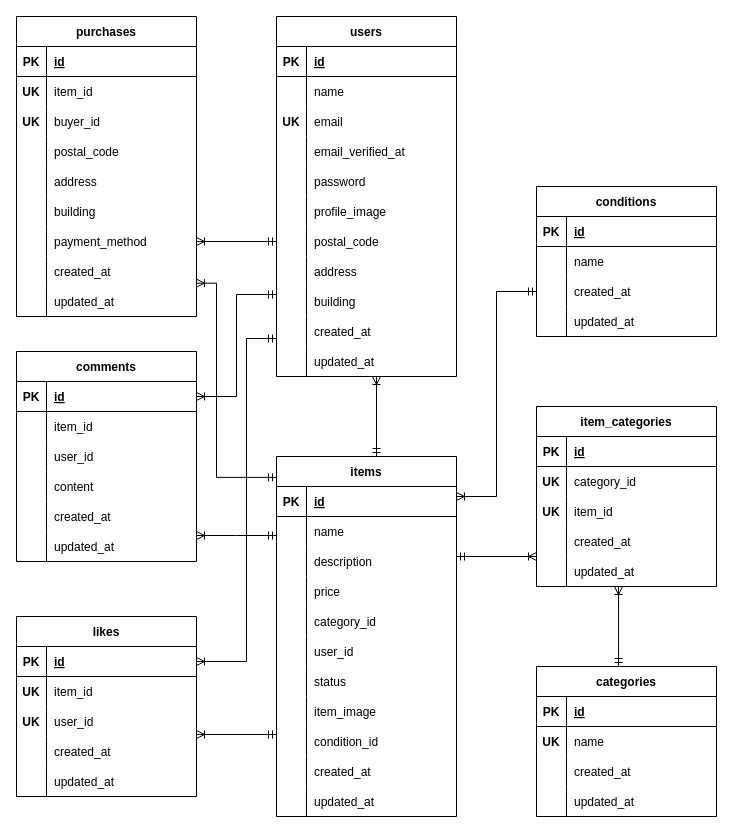
Earlier version of the draw.io diagram diagram.drawio (ichiki925/flea-market-app). Source tidied: cells renumbered, new cells numbered last; positions are measured from the earlier drawing's top-left corner, leaving out a move shared by most shapes. Both pictures are drawn from the tidied source at 100%, with x=0, y=0 at pixel (16, 16).
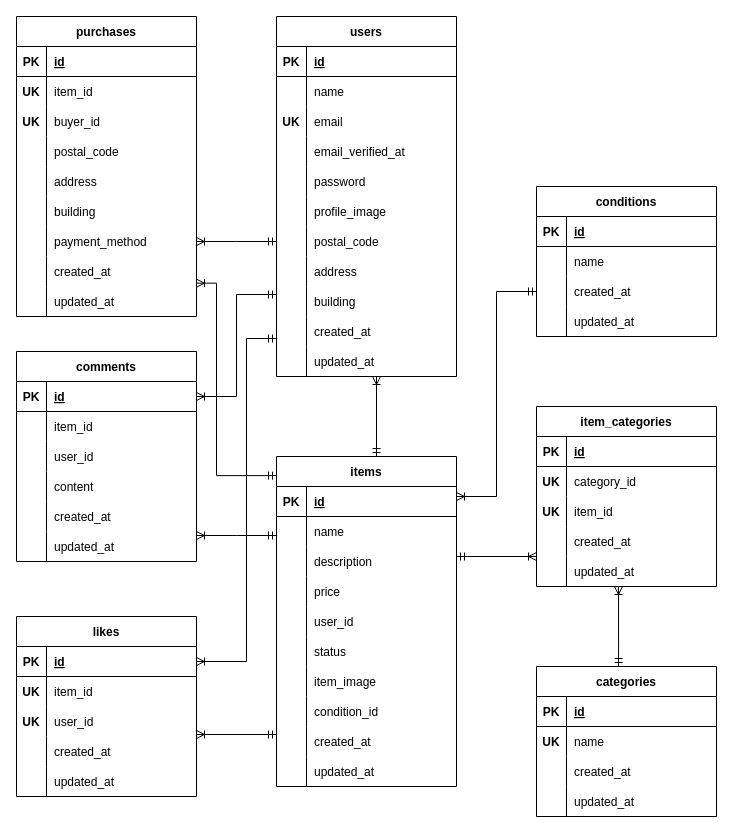
Above is the later version.

Diff of the diagram source:
```diff
@@
     <mxCell id="99" value="items" style="shape=table;startSize=30;childLayout=tableLayout;rowLines=0;fontStyle=1;align=center;" parent="1" vertex="1">
-      <mxGeometry x="260" y="440" width="180" height="360" as="geometry" />
+      <mxGeometry x="260" y="440" width="180" height="330" as="geometry" />
     </mxCell>
@@
-    <mxCell id="112" style="shape=tableRow;horizontal=0;startSize=0;swimlaneHead=0;swimlaneBody=0;fillColor=none;top=0;left=0;right=0;bottom=0;" parent="99" vertex="1">
-      <mxGeometry y="150" width="180" height="30" as="geometry" />
-    </mxCell>
-    <mxCell id="113" style="shape=partialRectangle;fillColor=none;top=0;left=0;bottom=0;right=0;overflow=hidden;" parent="112" vertex="1">
-      <mxGeometry width="30" height="30" as="geometry" />
-    </mxCell>
-    <mxCell id="114" value="category_id" style="shape=partialRectangle;fillColor=none;top=0;left=0;bottom=0;right=0;align=left;spacingLeft=6;overflow=hidden;" parent="112" vertex="1">
-      <mxGeometry x="30" width="150" height="30" as="geometry" />
-    </mxCell>
     <mxCell id="115" style="shape=tableRow;horizontal=0;startSize=0;swimlaneHead=0;swimlaneBody=0;fillColor=none;top=0;left=0;right=0;bottom=0;" parent="99" vertex="1">
-      <mxGeometry y="180" width="180" height="30" as="geometry" />
+      <mxGeometry y="150" width="180" height="30" as="geometry" />
     </mxCell>
@@
     <mxCell id="118" style="shape=tableRow;horizontal=0;startSize=0;swimlaneHead=0;swimlaneBody=0;fillColor=none;top=0;left=0;right=0;bottom=0;" parent="99" vertex="1">
-      <mxGeometry y="210" width="180" height="30" as="geometry" />
+      <mxGeometry y="180" width="180" height="30" as="geometry" />
     </mxCell>
@@
     <mxCell id="121" style="shape=tableRow;horizontal=0;startSize=0;swimlaneHead=0;swimlaneBody=0;fillColor=none;top=0;left=0;right=0;bottom=0;" parent="99" vertex="1">
-      <mxGeometry y="240" width="180" height="30" as="geometry" />
+      <mxGeometry y="210" width="180" height="30" as="geometry" />
     </mxCell>
@@
     <mxCell id="124" style="shape=tableRow;horizontal=0;startSize=0;swimlaneHead=0;swimlaneBody=0;fillColor=none;top=0;left=0;right=0;bottom=0;" parent="99" vertex="1">
-      <mxGeometry y="270" width="180" height="30" as="geometry" />
+      <mxGeometry y="240" width="180" height="30" as="geometry" />
     </mxCell>
@@
     <mxCell id="127" style="shape=tableRow;horizontal=0;startSize=0;swimlaneHead=0;swimlaneBody=0;fillColor=none;top=0;left=0;right=0;bottom=0;" parent="99" vertex="1">
-      <mxGeometry y="300" width="180" height="30" as="geometry" />
+      <mxGeometry y="270" width="180" height="30" as="geometry" />
     </mxCell>
@@
     <mxCell id="130" style="shape=tableRow;horizontal=0;startSize=0;swimlaneHead=0;swimlaneBody=0;fillColor=none;top=0;left=0;right=0;bottom=0;" parent="99" vertex="1">
-      <mxGeometry y="330" width="180" height="30" as="geometry" />
+      <mxGeometry y="300" width="180" height="30" as="geometry" />
     </mxCell>
```
